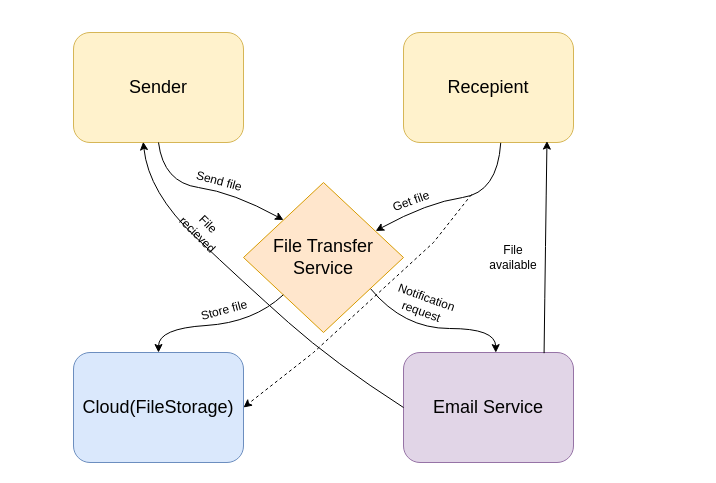
Before: classwork/file_exchanger/docs/CONTEXT_DIAGRAM.drawio in sanbobsan/hw-fossdev, a draw.io diagram. Source tidied: cells renumbered, new cells numbered last; positions are measured from the earlier drawing's top-left corner, leaving out a move shared by most shapes. Both pictures are drawn from the tidied source at 100%, with x=0, y=0 at pixel (73, 32).
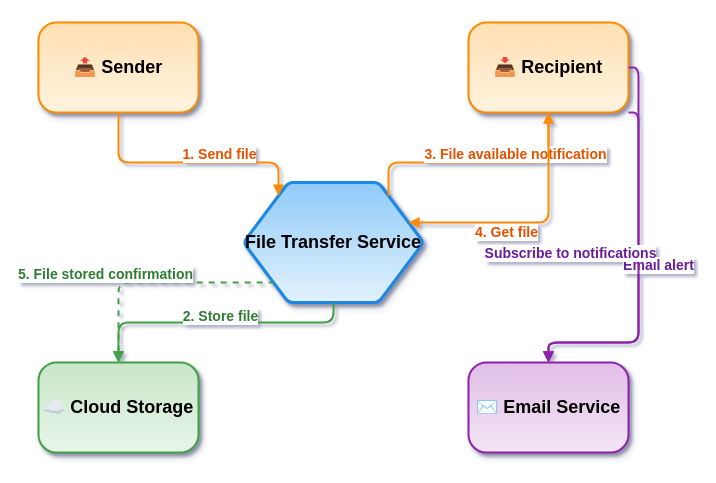
The same diagram, later.

Commit message:
docs: improve context diagram

Diff of the diagram source:
```diff
@@
-<mxGraphModel>
+<mxGraphModel shadow="1">
@@
-    <mxCell id="2" value="File Transfer Service" style="rhombus;whiteSpace=wrap;html=1;fontSize=18;fillColor=#ffe6cc;strokeColor=#d79b00;" parent="1" vertex="1">
-      <mxGeometry x="170" y="150" width="160" height="150" as="geometry" />
+    <mxCell id="2" value="File Transfer Service" style="shape=hexagon;perimeter=hexagonPerimeter2;whiteSpace=wrap;html=1;fontSize=18;fontStyle=1;fillColor=#E3F2FD;strokeColor=#1E88E5;strokeWidth=3;shadow=1;rounded=1;arcSize=10;gradientColor=#90CAF9;gradientDirection=north;" parent="1" vertex="1">
+      <mxGeometry x="170" y="150" width="180" height="120" as="geometry" />
     </mxCell>
-    <mxCell id="3" value="Sender" style="rounded=1;whiteSpace=wrap;html=1;fontSize=18;fillColor=#fff2cc;strokeColor=#d6b656;" parent="1" vertex="1">
-      <mxGeometry width="170" height="110" as="geometry" />
-    </mxCell>
-    <mxCell id="4" value="Recepient" style="rounded=1;whiteSpace=wrap;html=1;fontSize=18;fillColor=#fff2cc;strokeColor=#d6b656;" parent="1" vertex="1">
-      <mxGeometry x="330" width="170" height="110" as="geometry" />
-    </mxCell>
-    <mxCell id="5" value="Cloud(FileStorage)" style="rounded=1;whiteSpace=wrap;html=1;fontSize=18;fillColor=#dae8fc;strokeColor=#6c8ebf;" parent="1" vertex="1">
-      <mxGeometry y="320" width="170" height="110" as="geometry" />
-    </mxCell>
-    <mxCell id="6" value="Email Service" style="rounded=1;whiteSpace=wrap;html=1;fontSize=18;fillColor=#e1d5e7;strokeColor=#9673a6;" parent="1" vertex="1">
-      <mxGeometry x="330" y="320" width="170" height="110" as="geometry" />
-    </mxCell>
-    <mxCell id="7" style="curved=1;endArrow=classic;html=1;rounded=0;entryX=0;entryY=0;entryDx=0;entryDy=0;exitX=0.5;exitY=1;exitDx=0;exitDy=0;fontSize=18;" parent="1" edge="1" source="3" target="2">
-      <mxGeometry relative="1" as="geometry">
-        <Array as="points">
-          <mxPoint x="90" y="150" />
-          <mxPoint x="160" y="160" />
-        </Array>
-      </mxGeometry>
-    </mxCell>
-    <mxCell id="8" style="curved=1;endArrow=none;html=1;rounded=0;entryX=0;entryY=0.5;entryDx=0;entryDy=0;exitX=0.41;exitY=0.994;exitDx=0;exitDy=0;exitPerimeter=0;endFill=0;startArrow=classic;startFill=1;fontSize=18;" parent="1" edge="1" source="3" target="6">
-      <mxGeometry relative="1" as="geometry">
-        <Array as="points">
-          <mxPoint x="75" y="160" />
-          <mxPoint x="170" y="250" />
-          <mxPoint x="260" y="330" />
-        </Array>
-      </mxGeometry>
-    </mxCell>
-    <mxCell id="9" style="curved=1;endArrow=classic;html=1;rounded=0;entryX=0.826;entryY=0.323;entryDx=0;entryDy=0;exitX=0.572;exitY=1.003;exitDx=0;exitDy=0;exitPerimeter=0;entryPerimeter=0;fontSize=18;" parent="1" edge="1" source="4" target="2">
-      <mxGeometry relative="1" as="geometry">
-        <Array as="points">
-          <mxPoint x="424" y="160" />
-          <mxPoint x="354" y="170" />
-        </Array>
-      </mxGeometry>
-    </mxCell>
-    <mxCell id="10" style="curved=1;endArrow=none;html=1;rounded=0;exitX=0.5;exitY=0;exitDx=0;exitDy=0;endFill=0;startArrow=classic;startFill=1;fontSize=18;" parent="1" edge="1" source="5" target="2">
-      <mxGeometry relative="1" as="geometry">
-        <Array as="points">
-          <mxPoint x="85" y="296" />
-          <mxPoint x="180" y="290" />
-        </Array>
-      </mxGeometry>
-    </mxCell>
-    <mxCell id="11" style="curved=1;endArrow=none;html=1;rounded=0;exitX=0.543;exitY=0.001;exitDx=0;exitDy=0;endFill=0;startArrow=classic;startFill=1;fontSize=18;entryX=0.795;entryY=0.709;entryDx=0;entryDy=0;entryPerimeter=0;exitPerimeter=0;" parent="1" edge="1" source="6" target="2">
-      <mxGeometry relative="1" as="geometry">
-        <Array as="points">
-          <mxPoint x="422" y="296" />
-          <mxPoint x="330" y="296" />
-        </Array>
-      </mxGeometry>
-    </mxCell>
-    <mxCell id="12" style="curved=1;endArrow=none;html=1;rounded=0;endFill=0;startArrow=classic;startFill=1;fontSize=18;entryX=0.827;entryY=0.006;entryDx=0;entryDy=0;entryPerimeter=0;exitX=0.844;exitY=0.987;exitDx=0;exitDy=0;exitPerimeter=0;" parent="1" edge="1" source="4" target="6">
-      <mxGeometry relative="1" as="geometry">
-        <Array as="points">
-          <mxPoint x="472" y="210" />
-        </Array>
-      </mxGeometry>
-    </mxCell>
-    <mxCell id="13" value="Send file" style="text;html=1;whiteSpace=wrap;strokeColor=none;fillColor=none;align=center;verticalAlign=middle;rounded=0;rotation=15;" parent="1" vertex="1">
-      <mxGeometry x="116" y="134" width="60" height="30" as="geometry" />
-    </mxCell>
-    <mxCell id="14" value="Get file" style="text;html=1;whiteSpace=wrap;strokeColor=none;fillColor=none;align=center;verticalAlign=middle;rounded=0;rotation=-20;" parent="1" vertex="1">
-      <mxGeometry x="308" y="154" width="60" height="30" as="geometry" />
-    </mxCell>
-    <mxCell id="15" value="Notification request" style="text;html=1;whiteSpace=wrap;strokeColor=none;fillColor=none;align=center;verticalAlign=middle;rounded=0;rotation=20;" parent="1" vertex="1">
-      <mxGeometry x="306" y="257" width="90" height="30" as="geometry" />
-    </mxCell>
-    <mxCell id="16" value="Store file" style="text;html=1;whiteSpace=wrap;strokeColor=none;fillColor=none;align=center;verticalAlign=middle;rounded=0;rotation=-15;" parent="1" vertex="1">
-      <mxGeometry x="121" y="263" width="60" height="30" as="geometry" />
-    </mxCell>
-    <mxCell id="17" value="File recieved" style="text;html=1;whiteSpace=wrap;strokeColor=none;fillColor=none;align=center;verticalAlign=middle;rounded=0;rotation=45;" parent="1" vertex="1">
-      <mxGeometry x="95" y="182" width="70" height="30" as="geometry" />
-    </mxCell>
-    <mxCell id="18" value="File available" style="text;html=1;whiteSpace=wrap;strokeColor=none;fillColor=none;align=center;verticalAlign=middle;rounded=0;" parent="1" vertex="1">
-      <mxGeometry x="410" y="210" width="60" height="30" as="geometry" />
-    </mxCell>
-    <mxCell id="19" style="curved=0;endArrow=classic;html=1;rounded=0;entryX=1;entryY=0.5;entryDx=0;entryDy=0;dashed=1;strokeColor=default;" parent="1" edge="1" target="5">
-      <mxGeometry relative="1" as="geometry">
-        <mxPoint x="398" y="162" as="sourcePoint" />
-        <Array as="points">
-          <mxPoint x="360" y="210" />
-          <mxPoint x="240" y="320" />
-        </Array>
-      </mxGeometry>
-    </mxCell>
+    <mxCell id="20" value="📤 Sender" style="rounded=1;whiteSpace=wrap;html=1;fontSize=18;fontStyle=1;fillColor=#FFF3E0;strokeColor=#FB8C00;strokeWidth=2;shadow=1;arcSize=20;gradientColor=#FFE0B2;gradientDirection=north;" parent="1" vertex="1">
+      <mxGeometry x="-35" y="-10" width="160" height="90" as="geometry" />
+    </mxCell>
+    <mxCell id="21" value="📥 Recipient" style="rounded=1;whiteSpace=wrap;html=1;fontSize=18;fontStyle=1;fillColor=#FFF3E0;strokeColor=#FB8C00;strokeWidth=2;shadow=1;arcSize=20;gradientColor=#FFE0B2;gradientDirection=north;" parent="1" vertex="1">
+      <mxGeometry x="395" y="-10" width="160" height="90" as="geometry" />
+    </mxCell>
+    <mxCell id="22" value="☁️ Cloud Storage" style="rounded=1;whiteSpace=wrap;html=1;fontSize=18;fontStyle=1;fillColor=#E8F5E9;strokeColor=#43A047;strokeWidth=2;shadow=1;arcSize=20;gradientColor=#C8E6C9;gradientDirection=north;" parent="1" vertex="1">
+      <mxGeometry x="-35" y="330" width="160" height="90" as="geometry" />
+    </mxCell>
+    <mxCell id="23" value="✉️ Email Service" style="rounded=1;whiteSpace=wrap;html=1;fontSize=18;fontStyle=1;fillColor=#F3E5F5;strokeColor=#8E24AA;strokeWidth=2;shadow=1;arcSize=20;gradientColor=#E1BEE7;gradientDirection=north;" parent="1" vertex="1">
+      <mxGeometry x="395" y="330" width="160" height="90" as="geometry" />
+    </mxCell>
+    <mxCell id="24" style="edgeStyle=orthogonalEdgeStyle;rounded=1;jettySize=auto;html=1;endArrow=block;endFill=1;strokeWidth=2;strokeColor=#FB8C00;curved=0;" parent="1" edge="1" source="20" target="2">
+      <mxGeometry relative="1" as="geometry">
+        <Array as="points">
+          <mxPoint x="45" y="130" />
+          <mxPoint x="205" y="130" />
+        </Array>
+      </mxGeometry>
+    </mxCell>
+    <mxCell id="25" value="1. Send file" style="edgeLabel;html=1;align=center;verticalAlign=middle;fontSize=14;fontColor=#E65100;fontStyle=1;labelBackgroundColor=#FFFFFF;" parent="24" vertex="1">
+      <mxGeometry x="-0.1" y="1" relative="1" as="geometry">
+        <mxPoint x="40" y="-8" as="offset" />
+      </mxGeometry>
+    </mxCell>
+    <mxCell id="26" style="edgeStyle=orthogonalEdgeStyle;rounded=1;jettySize=auto;html=1;endArrow=block;endFill=1;strokeWidth=2;strokeColor=#43A047;curved=0;" parent="1" edge="1" source="2" target="22">
+      <mxGeometry relative="1" as="geometry">
+        <Array as="points">
+          <mxPoint x="260" y="290" />
+          <mxPoint x="45" y="290" />
+        </Array>
+      </mxGeometry>
+    </mxCell>
+    <mxCell id="27" value="2. Store file" style="edgeLabel;html=1;align=center;verticalAlign=middle;fontSize=14;fontColor=#2E7D32;fontStyle=1;labelBackgroundColor=#FFFFFF;" parent="26" vertex="1">
+      <mxGeometry x="-0.1" y="1" relative="1" as="geometry">
+        <mxPoint x="-10" y="-8" as="offset" />
+      </mxGeometry>
+    </mxCell>
+    <mxCell id="28" style="edgeStyle=orthogonalEdgeStyle;rounded=1;jettySize=auto;html=1;endArrow=block;endFill=1;strokeWidth=2;strokeColor=#FB8C00;curved=0;" parent="1" edge="1" source="2" target="21">
+      <mxGeometry relative="1" as="geometry">
+        <Array as="points">
+          <mxPoint x="315" y="130" />
+          <mxPoint x="475" y="130" />
+        </Array>
+      </mxGeometry>
+    </mxCell>
+    <mxCell id="29" value="3. File available notification" style="edgeLabel;html=1;align=center;verticalAlign=middle;fontSize=14;fontColor=#E65100;fontStyle=1;labelBackgroundColor=#FFFFFF;" parent="28" vertex="1">
+      <mxGeometry x="-0.1" y="1" relative="1" as="geometry">
+        <mxPoint x="50" y="-8" as="offset" />
+      </mxGeometry>
+    </mxCell>
+    <mxCell id="30" style="edgeStyle=orthogonalEdgeStyle;rounded=1;jettySize=auto;html=1;endArrow=block;endFill=1;strokeWidth=2;strokeColor=#FB8C00;curved=0;" parent="1" edge="1" source="21" target="2">
+      <mxGeometry relative="1" as="geometry">
+        <Array as="points">
+          <mxPoint x="475" y="190" />
+          <mxPoint x="315" y="190" />
+        </Array>
+      </mxGeometry>
+    </mxCell>
+    <mxCell id="31" value="4. Get file" style="edgeLabel;html=1;align=center;verticalAlign=middle;fontSize=14;fontColor=#E65100;fontStyle=1;labelBackgroundColor=#FFFFFF;" parent="30" vertex="1">
+      <mxGeometry x="-0.1" y="1" relative="1" as="geometry">
+        <mxPoint x="-40" y="8" as="offset" />
+      </mxGeometry>
+    </mxCell>
+    <mxCell id="32" style="edgeStyle=orthogonalEdgeStyle;rounded=1;jettySize=auto;html=1;startArrow=block;startFill=1;endArrow=none;strokeWidth=2;strokeColor=#43A047;curved=0;dashed=1;" parent="1" edge="1" source="22" target="2">
+      <mxGeometry relative="1" as="geometry">
+        <Array as="points">
+          <mxPoint x="45" y="250" />
+          <mxPoint x="260" y="250" />
+        </Array>
+      </mxGeometry>
+    </mxCell>
+    <mxCell id="33" value="5. File stored confirmation" style="edgeLabel;html=1;align=center;verticalAlign=middle;fontSize=14;fontColor=#2E7D32;fontStyle=1;labelBackgroundColor=#FFFFFF;" parent="32" vertex="1">
+      <mxGeometry x="-0.1" y="1" relative="1" as="geometry">
+        <mxPoint x="-40" y="-8" as="offset" />
+      </mxGeometry>
+    </mxCell>
+    <mxCell id="34" style="edgeStyle=orthogonalEdgeStyle;rounded=1;jettySize=auto;html=1;startArrow=block;startFill=1;endArrow=none;strokeWidth=2;strokeColor=#8E24AA;curved=0;" parent="1" edge="1" source="23" target="21">
+      <mxGeometry relative="1" as="geometry">
+        <Array as="points">
+          <mxPoint x="475" y="310" />
+          <mxPoint x="565" y="190" />
+        </Array>
+      </mxGeometry>
+    </mxCell>
+    <mxCell id="35" value="Email alert" style="edgeLabel;html=1;align=center;verticalAlign=middle;fontSize=14;fontColor=#6A1B9A;fontStyle=1;labelBackgroundColor=#FFFFFF;" parent="34" vertex="1">
+      <mxGeometry x="-0.1" y="1" relative="1" as="geometry">
+        <mxPoint x="20" y="-10" as="offset" />
+      </mxGeometry>
+    </mxCell>
+    <mxCell id="36" style="edgeStyle=orthogonalEdgeStyle;rounded=1;jettySize=auto;html=1;endArrow=block;endFill=1;strokeWidth=2;strokeColor=#8E24AA;curved=0;" parent="1" edge="1" source="21" target="23">
+      <mxGeometry relative="1" as="geometry">
+        <Array as="points">
+          <mxPoint x="565" y="80" />
+          <mxPoint x="475" y="310" />
+        </Array>
+      </mxGeometry>
+    </mxCell>
+    <mxCell id="37" value="Subscribe to notifications" style="edgeLabel;html=1;align=center;verticalAlign=middle;fontSize=14;fontColor=#6A1B9A;fontStyle=1;labelBackgroundColor=#FFFFFF;" parent="36" vertex="1">
+      <mxGeometry x="-0.1" y="1" relative="1" as="geometry">
+        <mxPoint x="-70" y="-8" as="offset" />
+      </mxGeometry>
+    </mxCell>
```
